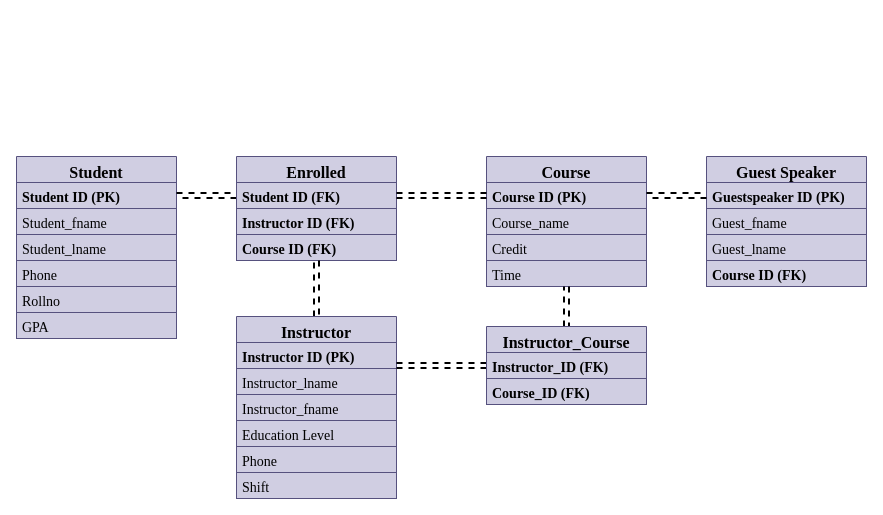
This is database-model.drawio from sujalthakuri/database-drawings, a draw.io file, before an edit. Source tidied: cells renumbered, new cells numbered last; positions are measured from the earlier drawing's top-left corner, leaving out a move shared by most shapes. Both pictures are drawn from the tidied source at 100%, with x=0, y=0 at pixel (16, 156).
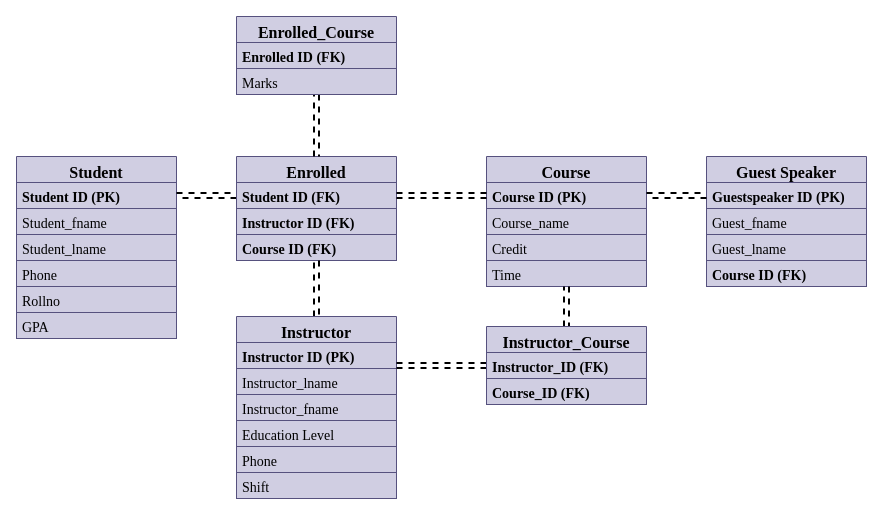
After the change.

Unchanged cells that the change refers to:
```xml
<mxCell id="10" value="Enrolled" style="swimlane;fontStyle=1;align=center;verticalAlign=top;horizontal=1;startSize=26;rounded=0;shadow=0;strokeWidth=1;fillColor=#d0cee2;fontFamily=Times New Roman;fontSize=16;strokeColor=#56517e;labelBorderColor=none;labelBackgroundColor=none;" parent="1" vertex="1">
  <mxGeometry x="220" width="160" height="104" as="geometry" />
</mxCell>
```

Diff of the diagram source:
```diff
@@
+    <mxCell id="39" style="edgeStyle=orthogonalEdgeStyle;rounded=0;jettySize=auto;html=1;exitX=0.5;exitY=1;exitDx=0;exitDy=0;entryX=0.5;entryY=0;entryDx=0;entryDy=0;shape=link;dashed=1;strokeWidth=2;" parent="1" edge="1" source="40" target="10">
+      <mxGeometry relative="1" as="geometry" />
+    </mxCell>
+    <mxCell id="40" value="Enrolled_Course" style="swimlane;fontStyle=1;align=center;verticalAlign=top;horizontal=1;startSize=26;rounded=0;shadow=0;strokeWidth=1;fillColor=#d0cee2;fontFamily=Times New Roman;fontSize=16;strokeColor=#56517e;labelBorderColor=none;labelBackgroundColor=none;" parent="1" vertex="1">
+      <mxGeometry x="220" y="-140" width="160" height="78" as="geometry" />
+    </mxCell>
+    <mxCell id="41" value="Enrolled ID (FK)" style="text;align=left;verticalAlign=top;spacingLeft=4;spacingRight=4;overflow=hidden;fontStyle=1;fillColor=#d0cee2;fontFamily=Times New Roman;fontSize=14;strokeColor=#56517e;labelBorderColor=none;labelBackgroundColor=none;" parent="40" vertex="1">
+      <mxGeometry y="26" width="160" height="26" as="geometry" />
+    </mxCell>
+    <mxCell id="42" value="Marks" style="text;align=left;verticalAlign=top;spacingLeft=4;spacingRight=4;overflow=hidden;rounded=0;shadow=0;fontStyle=0;fillColor=#d0cee2;fontFamily=Times New Roman;fontSize=14;strokeColor=#56517e;labelBorderColor=none;labelBackgroundColor=none;" parent="40" vertex="1">
+      <mxGeometry y="52" width="160" height="26" as="geometry" />
+    </mxCell>
```
